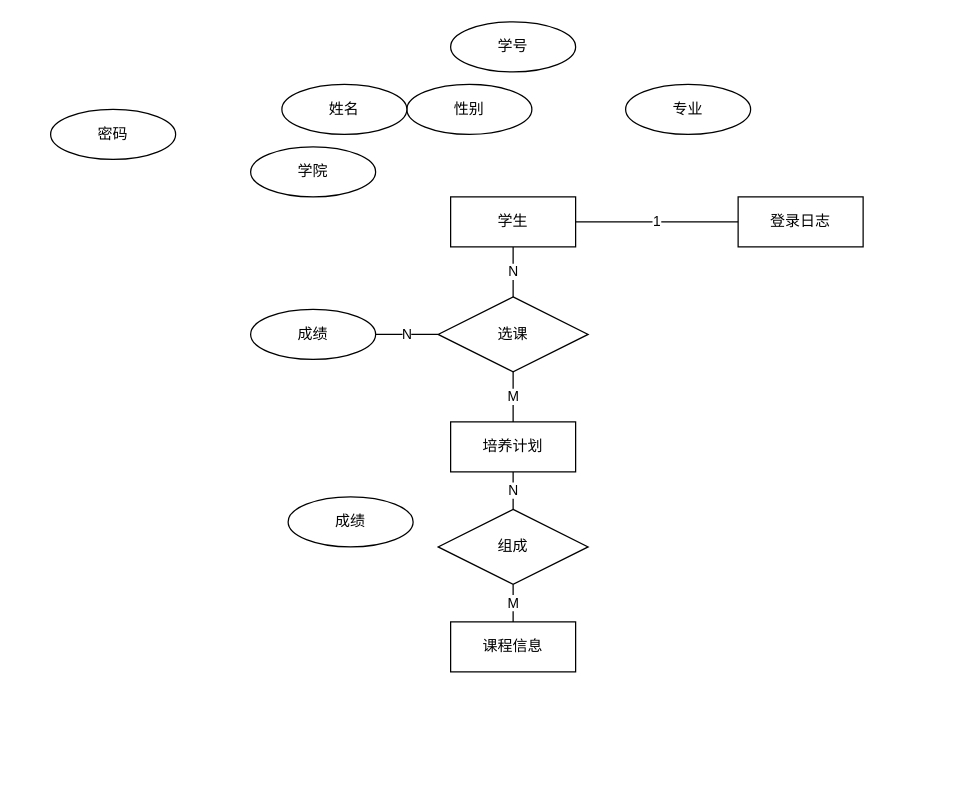
This is ERDiagram.drawio from kevinyee628/CNN-LSTM-online, a draw.io file, before an edit. Source tidied: cells renumbered, new cells numbered last; positions are measured from the earlier drawing's top-left corner, leaving out a move shared by most shapes. Both pictures are drawn from the tidied source at 125%, with x=0, y=0 at pixel (50, 21).
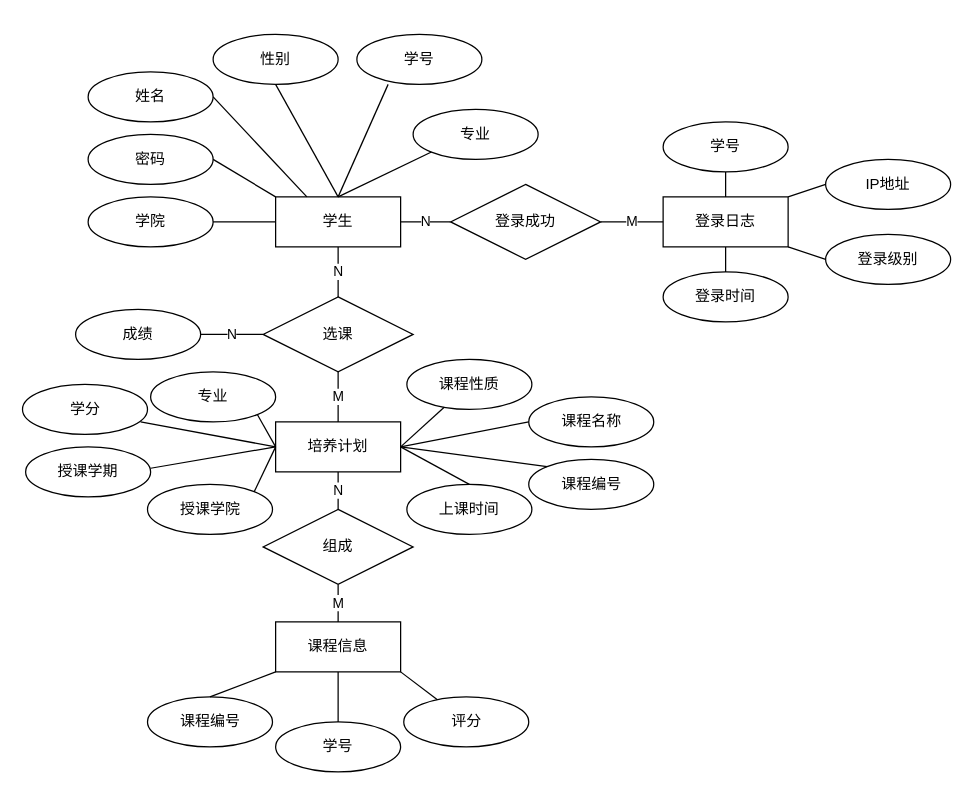
The same page after the edit.

The edit, as a diff of the source:
```diff
@@
     <mxCell id="2" value="学号" style="ellipse;whiteSpace=wrap;html=1;align=center;" parent="1" vertex="1">
-      <mxGeometry x="320" width="100" height="40" as="geometry" />
+      <mxGeometry x="245" y="10" width="100" height="40" as="geometry" />
     </mxCell>
     <mxCell id="3" value="专业" style="ellipse;whiteSpace=wrap;html=1;align=center;" parent="1" vertex="1">
-      <mxGeometry x="460" y="50" width="100" height="40" as="geometry" />
+      <mxGeometry x="290" y="70" width="100" height="40" as="geometry" />
     </mxCell>
     <mxCell id="4" value="学生" style="whiteSpace=wrap;html=1;align=center;" parent="1" vertex="1">
-      <mxGeometry x="320" y="140" width="100" height="40" as="geometry" />
+      <mxGeometry x="180" y="140" width="100" height="40" as="geometry" />
     </mxCell>
     <mxCell id="5" value="性别" style="ellipse;whiteSpace=wrap;html=1;align=center;" parent="1" vertex="1">
-      <mxGeometry x="285" y="50" width="100" height="40" as="geometry" />
+      <mxGeometry x="130" y="10" width="100" height="40" as="geometry" />
     </mxCell>
     <mxCell id="6" value="密码" style="ellipse;whiteSpace=wrap;html=1;align=center;" parent="1" vertex="1">
-      <mxGeometry y="70" width="100" height="40" as="geometry" />
+      <mxGeometry x="30" y="90" width="100" height="40" as="geometry" />
     </mxCell>
     <mxCell id="7" value="姓名" style="ellipse;whiteSpace=wrap;html=1;align=center;" parent="1" vertex="1">
-      <mxGeometry x="185" y="50" width="100" height="40" as="geometry" />
+      <mxGeometry x="30" y="40" width="100" height="40" as="geometry" />
     </mxCell>
     <mxCell id="8" value="学院" style="ellipse;whiteSpace=wrap;html=1;align=center;" parent="1" vertex="1">
-      <mxGeometry x="160" y="100" width="100" height="40" as="geometry" />
+      <mxGeometry x="30" y="140" width="100" height="40" as="geometry" />
     </mxCell>
     <mxCell id="9" value="成绩" style="ellipse;whiteSpace=wrap;html=1;align=center;" parent="1" vertex="1">
-      <mxGeometry x="160" y="230" width="100" height="40" as="geometry" />
+      <mxGeometry x="20" y="230" width="100" height="40" as="geometry" />
     </mxCell>
     <mxCell id="10" value="选课" style="shape=rhombus;perimeter=rhombusPerimeter;whiteSpace=wrap;html=1;align=center;" parent="1" vertex="1">
-      <mxGeometry x="310" y="220" width="120" height="60" as="geometry" />
+      <mxGeometry x="170" y="220" width="120" height="60" as="geometry" />
     </mxCell>
-    <mxCell id="11" value="成绩" style="ellipse;whiteSpace=wrap;html=1;align=center;" parent="1" vertex="1">
-      <mxGeometry x="190" y="380" width="100" height="40" as="geometry" />
+    <mxCell id="11" value="学号" style="ellipse;whiteSpace=wrap;html=1;align=center;" parent="1" vertex="1">
+      <mxGeometry x="490" y="80" width="100" height="40" as="geometry" />
     </mxCell>
     <mxCell id="12" value="培养计划" style="whiteSpace=wrap;html=1;align=center;" parent="1" vertex="1">
-      <mxGeometry x="320" y="320" width="100" height="40" as="geometry" />
+      <mxGeometry x="180" y="320" width="100" height="40" as="geometry" />
     </mxCell>
@@
     <mxCell id="15" value="登录日志" style="whiteSpace=wrap;html=1;align=center;" parent="1" vertex="1">
-      <mxGeometry x="550" y="140" width="100" height="40" as="geometry" />
+      <mxGeometry x="490" y="140" width="100" height="40" as="geometry" />
     </mxCell>
-    <mxCell id="16" value="1" style="endArrow=none;html=1;rounded=0;exitX=1;exitY=0.5;exitDx=0;exitDy=0;entryX=0;entryY=0.5;entryDx=0;entryDy=0;" parent="1" edge="1" source="4" target="15">
-      <mxGeometry relative="1" as="geometry" />
-    </mxCell>
     <mxCell id="17" value="课程信息" style="whiteSpace=wrap;html=1;align=center;" parent="1" vertex="1">
-      <mxGeometry x="320" y="480" width="100" height="40" as="geometry" />
+      <mxGeometry x="180" y="480" width="100" height="40" as="geometry" />
     </mxCell>
     <mxCell id="18" value="组成" style="shape=rhombus;perimeter=rhombusPerimeter;whiteSpace=wrap;html=1;align=center;" parent="1" vertex="1">
-      <mxGeometry x="310" y="390" width="120" height="60" as="geometry" />
+      <mxGeometry x="170" y="390" width="120" height="60" as="geometry" />
     </mxCell>
@@
+    <mxCell id="22" style="endArrow=none;html=1;rounded=0;entryX=0;entryY=0.5;entryDx=0;entryDy=0;" parent="1" edge="1" target="4">
+      <mxGeometry relative="1" as="geometry">
+        <mxPoint x="130" y="160" as="sourcePoint" />
+      </mxGeometry>
+    </mxCell>
+    <mxCell id="23" style="endArrow=none;html=1;rounded=0;entryX=0;entryY=0;entryDx=0;entryDy=0;" parent="1" edge="1" target="4">
+      <mxGeometry relative="1" as="geometry">
+        <mxPoint x="130" y="110" as="sourcePoint" />
+      </mxGeometry>
+    </mxCell>
+    <mxCell id="24" style="endArrow=none;html=1;rounded=0;entryX=0.25;entryY=0;entryDx=0;entryDy=0;" parent="1" edge="1" target="4">
+      <mxGeometry relative="1" as="geometry">
+        <mxPoint x="130" y="60" as="sourcePoint" />
+      </mxGeometry>
+    </mxCell>
+    <mxCell id="25" style="endArrow=none;html=1;rounded=0;exitX=0.5;exitY=1;exitDx=0;exitDy=0;entryX=0.5;entryY=0;entryDx=0;entryDy=0;" parent="1" edge="1" source="5" target="4">
+      <mxGeometry relative="1" as="geometry" />
+    </mxCell>
+    <mxCell id="26" style="endArrow=none;html=1;rounded=0;entryX=0.5;entryY=0;entryDx=0;entryDy=0;" parent="1" edge="1" target="4">
+      <mxGeometry relative="1" as="geometry">
+        <mxPoint x="270" y="50" as="sourcePoint" />
+      </mxGeometry>
+    </mxCell>
+    <mxCell id="27" style="endArrow=none;html=1;rounded=0;exitX=0.5;exitY=0;exitDx=0;exitDy=0;entryX=0;entryY=1;entryDx=0;entryDy=0;" parent="1" edge="1" source="4" target="3">
+      <mxGeometry relative="1" as="geometry" />
+    </mxCell>
+    <mxCell id="28" value="课程编号" style="ellipse;whiteSpace=wrap;html=1;align=center;" parent="1" vertex="1">
+      <mxGeometry x="77.5" y="540" width="100" height="40" as="geometry" />
+    </mxCell>
+    <mxCell id="29" value="学号" style="ellipse;whiteSpace=wrap;html=1;align=center;" parent="1" vertex="1">
+      <mxGeometry x="180" y="560" width="100" height="40" as="geometry" />
+    </mxCell>
+    <mxCell id="30" value="评分" style="ellipse;whiteSpace=wrap;html=1;align=center;" parent="1" vertex="1">
+      <mxGeometry x="282.5" y="540" width="100" height="40" as="geometry" />
+    </mxCell>
+    <mxCell id="31" value="登录成功" style="shape=rhombus;perimeter=rhombusPerimeter;whiteSpace=wrap;html=1;align=center;" parent="1" vertex="1">
+      <mxGeometry x="320" y="130" width="120" height="60" as="geometry" />
+    </mxCell>
+    <mxCell id="32" value="N" style="endArrow=none;html=1;rounded=0;exitX=1;exitY=0.5;exitDx=0;exitDy=0;entryX=0;entryY=0.5;entryDx=0;entryDy=0;" parent="1" edge="1" source="4" target="31">
+      <mxGeometry relative="1" as="geometry" />
+    </mxCell>
+    <mxCell id="33" value="M" style="endArrow=none;html=1;rounded=0;exitX=1;exitY=0.5;exitDx=0;exitDy=0;entryX=0;entryY=0.5;entryDx=0;entryDy=0;" parent="1" edge="1" source="31" target="15">
+      <mxGeometry relative="1" as="geometry" />
+    </mxCell>
+    <mxCell id="34" value="登录时间" style="ellipse;whiteSpace=wrap;html=1;align=center;" parent="1" vertex="1">
+      <mxGeometry x="490" y="200" width="100" height="40" as="geometry" />
+    </mxCell>
+    <mxCell id="35" value="登录级别" style="ellipse;whiteSpace=wrap;html=1;align=center;" parent="1" vertex="1">
+      <mxGeometry x="620" y="170" width="100" height="40" as="geometry" />
+    </mxCell>
+    <mxCell id="36" value="IP地址" style="ellipse;whiteSpace=wrap;html=1;align=center;" parent="1" vertex="1">
+      <mxGeometry x="620" y="110" width="100" height="40" as="geometry" />
+    </mxCell>
+    <mxCell id="37" style="endArrow=none;html=1;rounded=0;exitX=0.5;exitY=0;exitDx=0;exitDy=0;entryX=0.5;entryY=1;entryDx=0;entryDy=0;" parent="1" edge="1" source="15" target="11">
+      <mxGeometry relative="1" as="geometry" />
+    </mxCell>
+    <mxCell id="38" style="endArrow=none;html=1;rounded=0;exitX=1;exitY=0;exitDx=0;exitDy=0;entryX=0;entryY=0.5;entryDx=0;entryDy=0;exitPerimeter=0;" parent="1" edge="1" source="15" target="36">
+      <mxGeometry relative="1" as="geometry" />
+    </mxCell>
+    <mxCell id="39" style="endArrow=none;html=1;rounded=0;exitX=0;exitY=0.5;exitDx=0;exitDy=0;entryX=1;entryY=1;entryDx=0;entryDy=0;" parent="1" edge="1" source="35" target="15">
+      <mxGeometry relative="1" as="geometry" />
+    </mxCell>
+    <mxCell id="40" style="endArrow=none;html=1;rounded=0;exitX=0.5;exitY=0;exitDx=0;exitDy=0;entryX=0.5;entryY=1;entryDx=0;entryDy=0;" parent="1" edge="1" source="34" target="15">
+      <mxGeometry relative="1" as="geometry" />
+    </mxCell>
+    <mxCell id="41" value="课程性质" style="ellipse;whiteSpace=wrap;html=1;align=center;" parent="1" vertex="1">
+      <mxGeometry x="285" y="270" width="100" height="40" as="geometry" />
+    </mxCell>
+    <mxCell id="42" value="课程名称" style="ellipse;whiteSpace=wrap;html=1;align=center;" parent="1" vertex="1">
+      <mxGeometry x="382.5" y="300" width="100" height="40" as="geometry" />
+    </mxCell>
+    <mxCell id="43" value="课程编号" style="ellipse;whiteSpace=wrap;html=1;align=center;" parent="1" vertex="1">
+      <mxGeometry x="382.5" y="350" width="100" height="40" as="geometry" />
+    </mxCell>
+    <mxCell id="44" style="endArrow=none;html=1;rounded=0;entryX=0.5;entryY=0;entryDx=0;entryDy=0;" parent="1" edge="1" target="28">
+      <mxGeometry relative="1" as="geometry">
+        <mxPoint x="180" y="520" as="sourcePoint" />
+      </mxGeometry>
+    </mxCell>
+    <mxCell id="45" style="endArrow=none;html=1;rounded=0;entryX=0.5;entryY=0;entryDx=0;entryDy=0;exitX=0.5;exitY=1;exitDx=0;exitDy=0;" parent="1" edge="1" source="17" target="29">
+      <mxGeometry relative="1" as="geometry" />
+    </mxCell>
+    <mxCell id="46" style="endArrow=none;html=1;rounded=0;" parent="1" edge="1" target="30">
+      <mxGeometry relative="1" as="geometry">
+        <mxPoint x="280" y="520" as="sourcePoint" />
+      </mxGeometry>
+    </mxCell>
+    <mxCell id="47" value="专业" style="ellipse;whiteSpace=wrap;html=1;align=center;" parent="1" vertex="1">
+      <mxGeometry x="80" y="280" width="100" height="40" as="geometry" />
+    </mxCell>
+    <mxCell id="48" value="学分" style="ellipse;whiteSpace=wrap;html=1;align=center;" parent="1" vertex="1">
+      <mxGeometry x="-22.5" y="290" width="100" height="40" as="geometry" />
+    </mxCell>
+    <mxCell id="49" value="授课学期" style="ellipse;whiteSpace=wrap;html=1;align=center;" parent="1" vertex="1">
+      <mxGeometry x="-20" y="340" width="100" height="40" as="geometry" />
+    </mxCell>
+    <mxCell id="50" value="授课学院" style="ellipse;whiteSpace=wrap;html=1;align=center;" parent="1" vertex="1">
+      <mxGeometry x="77.5" y="370" width="100" height="40" as="geometry" />
+    </mxCell>
+    <mxCell id="51" value="上课时间" style="ellipse;whiteSpace=wrap;html=1;align=center;" parent="1" vertex="1">
+      <mxGeometry x="285" y="370" width="100" height="40" as="geometry" />
+    </mxCell>
+    <mxCell id="52" style="endArrow=none;html=1;rounded=0;entryX=0;entryY=0.5;entryDx=0;entryDy=0;exitX=1;exitY=1;exitDx=0;exitDy=0;" parent="1" edge="1" source="47" target="12">
+      <mxGeometry relative="1" as="geometry" />
+    </mxCell>
+    <mxCell id="53" style="endArrow=none;html=1;rounded=0;entryX=0;entryY=0.5;entryDx=0;entryDy=0;" parent="1" edge="1" target="12">
+      <mxGeometry relative="1" as="geometry">
+        <mxPoint x="72" y="320" as="sourcePoint" />
+      </mxGeometry>
+    </mxCell>
+    <mxCell id="54" style="endArrow=none;html=1;rounded=0;exitX=1;exitY=1;exitDx=0;exitDy=0;" parent="1" edge="1">
+      <mxGeometry relative="1" as="geometry">
+        <mxPoint x="80" y="357.1" as="sourcePoint" />
+        <mxPoint x="180" y="340" as="targetPoint" />
+      </mxGeometry>
+    </mxCell>
+    <mxCell id="55" style="endArrow=none;html=1;rounded=0;entryX=0;entryY=0.5;entryDx=0;entryDy=0;exitX=1;exitY=0;exitDx=0;exitDy=0;" parent="1" edge="1" source="50" target="12">
+      <mxGeometry relative="1" as="geometry" />
+    </mxCell>
+    <mxCell id="56" style="endArrow=none;html=1;rounded=0;entryX=1;entryY=0.5;entryDx=0;entryDy=0;" parent="1" edge="1" source="41" target="12">
+      <mxGeometry relative="1" as="geometry" />
+    </mxCell>
+    <mxCell id="57" style="endArrow=none;html=1;rounded=0;entryX=1;entryY=0.5;entryDx=0;entryDy=0;exitX=0;exitY=0.5;exitDx=0;exitDy=0;" parent="1" edge="1" source="42" target="12">
+      <mxGeometry relative="1" as="geometry" />
+    </mxCell>
+    <mxCell id="58" style="endArrow=none;html=1;rounded=0;exitX=0;exitY=0;exitDx=0;exitDy=0;" parent="1" edge="1" source="43">
+      <mxGeometry relative="1" as="geometry">
+        <mxPoint x="280" y="340" as="targetPoint" />
+      </mxGeometry>
+    </mxCell>
+    <mxCell id="59" style="endArrow=none;html=1;rounded=0;entryX=1;entryY=0.5;entryDx=0;entryDy=0;exitX=0.5;exitY=0;exitDx=0;exitDy=0;" parent="1" edge="1" source="51" target="12">
+      <mxGeometry relative="1" as="geometry" />
+    </mxCell>
```
